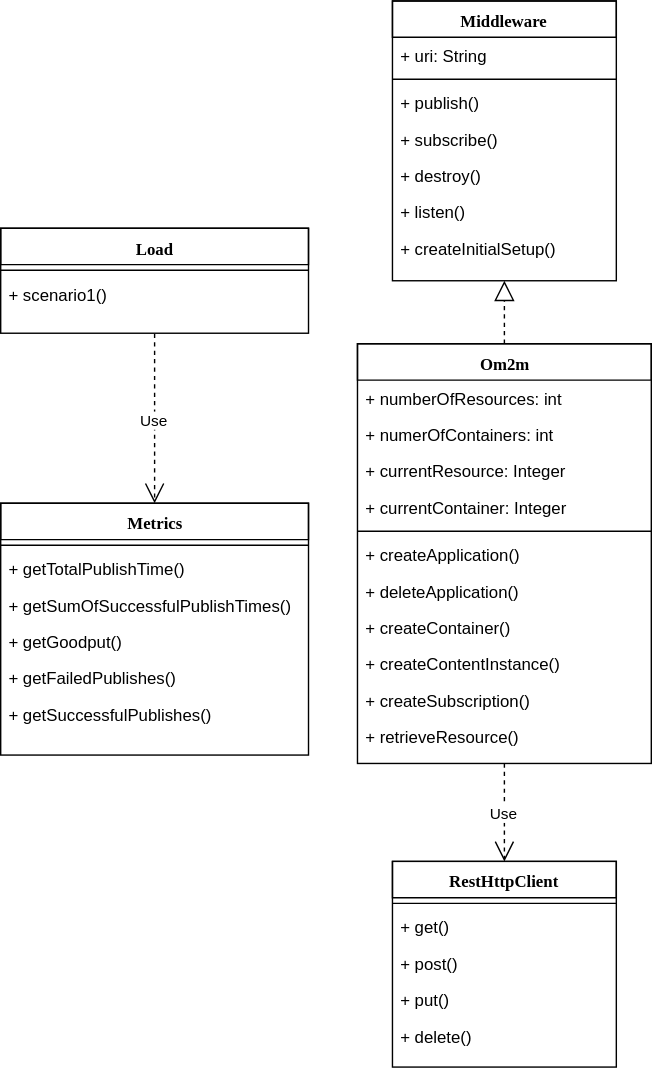
Before: figures/class_diagram.svg, a diagram exported from draw.io (lzilhao/Tese-Artigo). Source tidied: cells renumbered, new cells last; positions are measured from the earlier drawing's top-left corner, leaving out a move shared by most shapes.
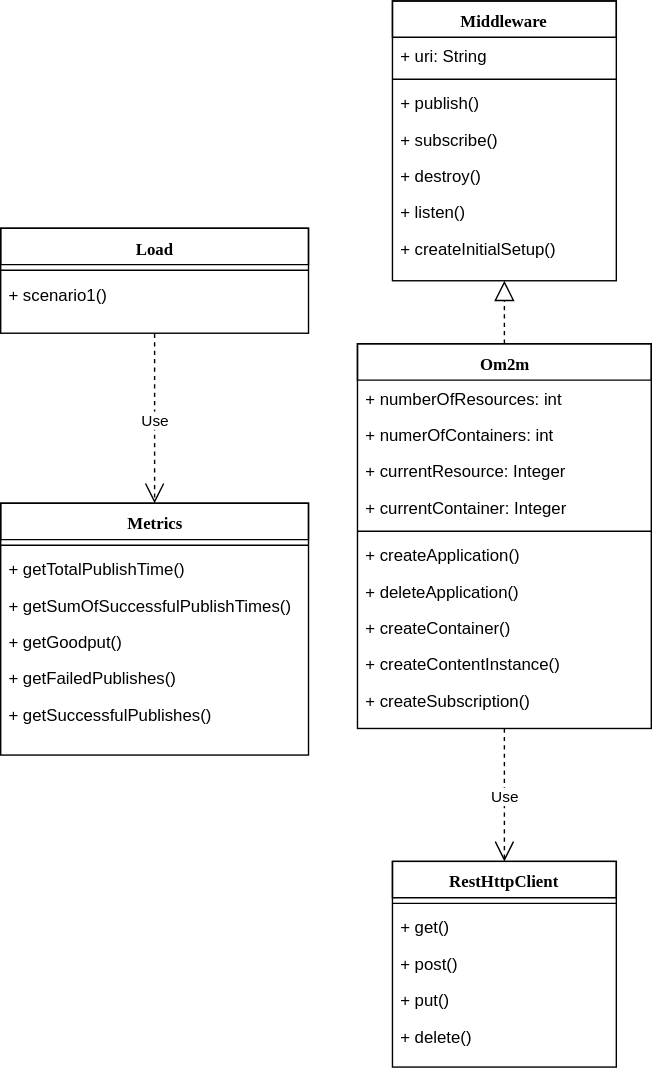
Later version of the same file.

Change to the diagram source:
```diff
@@ -66,7 +66,7 @@
       <mxGeometry y="164" width="160" height="26" as="geometry" />
     </mxCell>
     <mxCell id="23" value="Om2m" style="swimlane;html=1;fontStyle=1;align=center;verticalAlign=top;horizontal=1;startSize=26;swimlaneFillColor=#ffffff;rounded=0;shadow=0;comic=0;labelBackgroundColor=none;strokeColor=#000000;strokeWidth=1;fillColor=none;fontFamily=Verdana;fontSize=12;fontColor=#000000;" parent="1" vertex="1">
-      <mxGeometry x="255" y="245" width="210" height="300" as="geometry" />
+      <mxGeometry x="255" y="245" width="210" height="275" as="geometry" />
     </mxCell>
     <mxCell id="24" value="+ numberOfResources: int" style="text;html=1;strokeColor=none;fillColor=none;align=left;verticalAlign=top;spacingLeft=4;spacingRight=4;whiteSpace=wrap;overflow=hidden;" parent="23" vertex="1">
       <mxGeometry y="26" width="210" height="26" as="geometry" />
@@ -98,9 +98,6 @@
     <mxCell id="33" value="+ createSubscription()" style="text;html=1;strokeColor=none;fillColor=none;align=left;verticalAlign=top;spacingLeft=4;spacingRight=4;whiteSpace=wrap;overflow=hidden;" parent="23" vertex="1">
       <mxGeometry y="242" width="210" height="26" as="geometry" />
     </mxCell>
-    <mxCell id="34" value="+ retrieveResource()" style="text;html=1;strokeColor=none;fillColor=none;align=left;verticalAlign=top;spacingLeft=4;spacingRight=4;whiteSpace=wrap;overflow=hidden;" parent="23" vertex="1">
-      <mxGeometry y="268" width="210" height="26" as="geometry" />
-    </mxCell>
     <mxCell id="35" style="endArrow=block;dashed=1;endFill=0;endSize=12;html=1;entryX=0.5;entryY=1;exitX=0.5;exitY=0;" parent="1" edge="1" source="23" target="15">
       <mxGeometry relative="1" as="geometry" />
     </mxCell>
```
